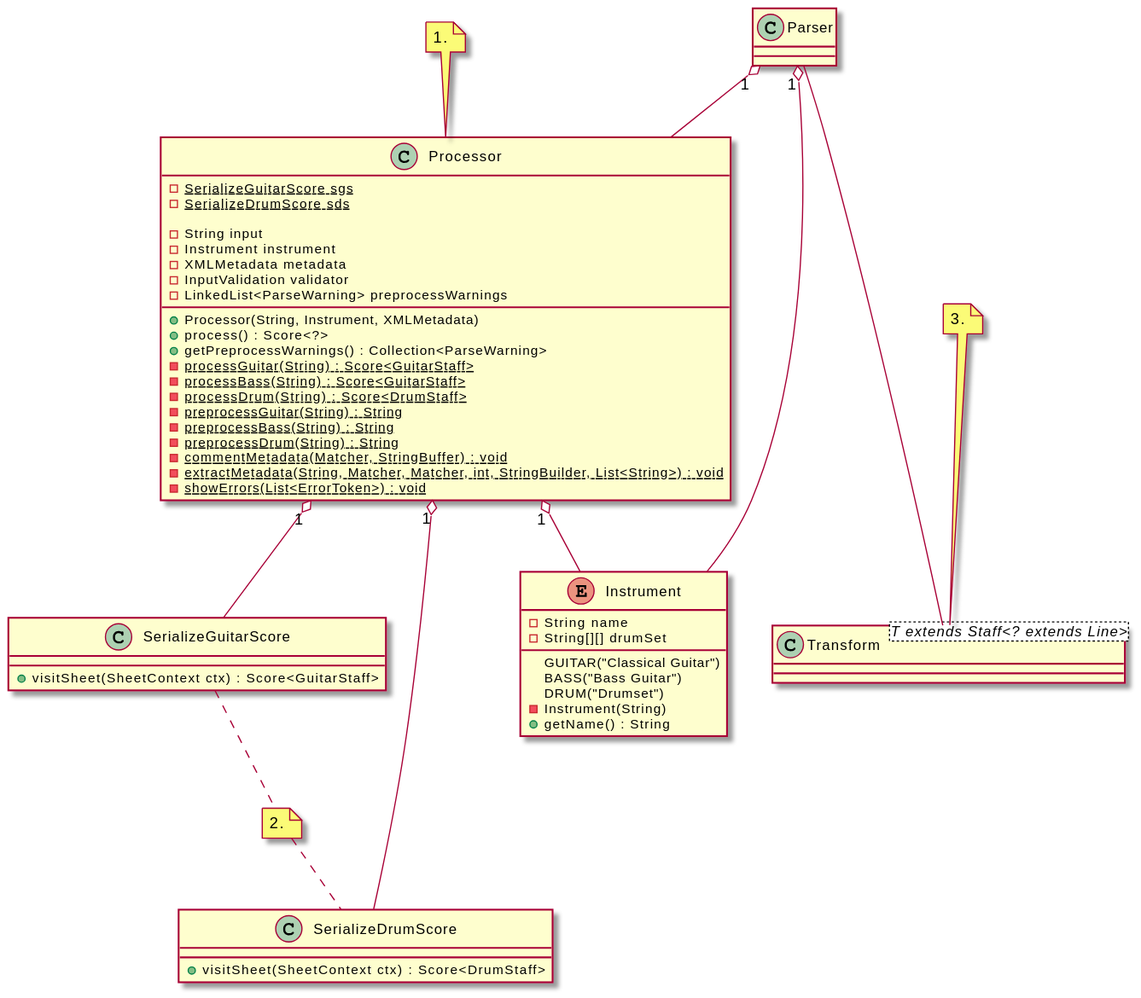
Before: Documentation/Diagrams/backend-processor-diagram.svg, a diagram exported from PlantUML (ahopk127/eecs2311-tab2xml).
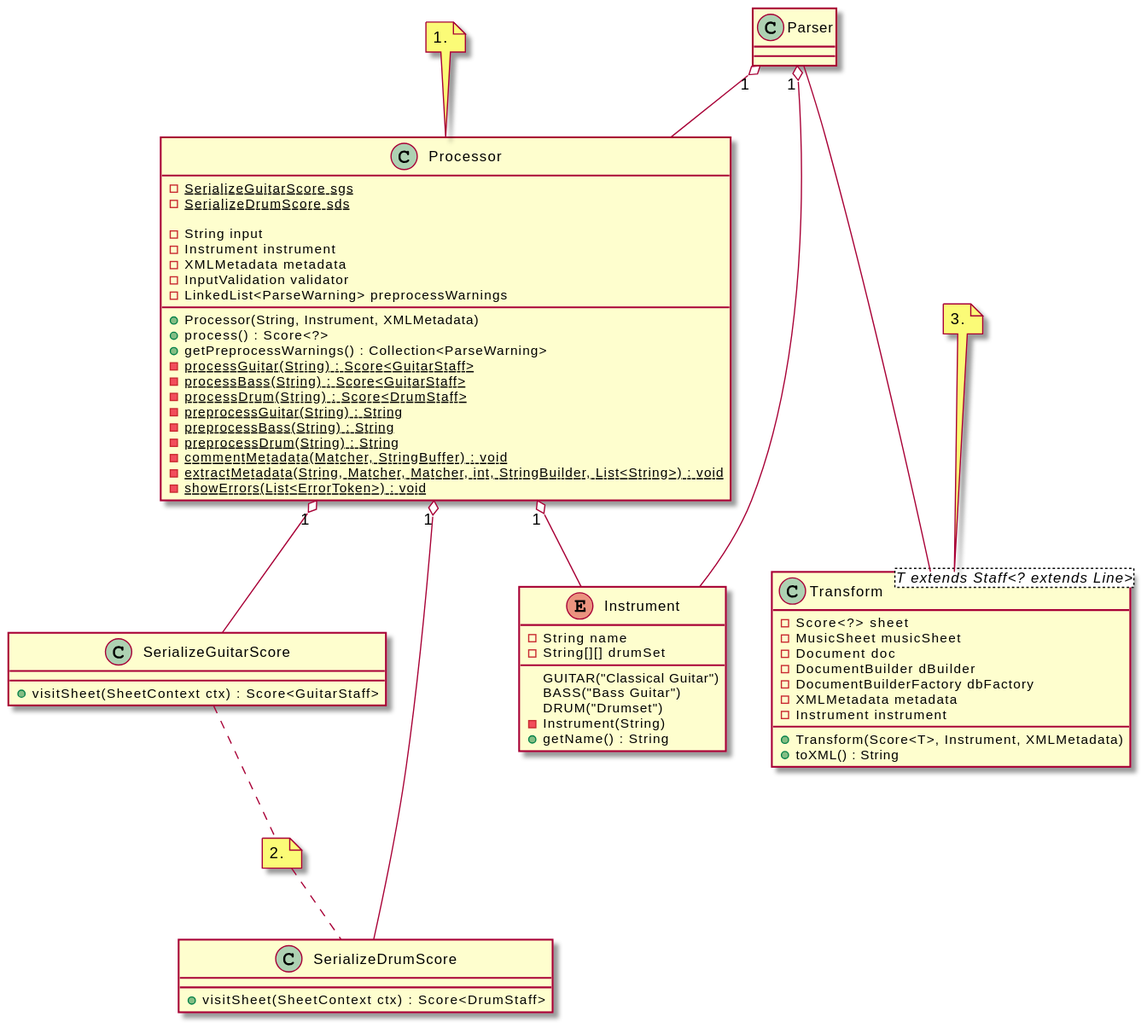
Above is the later version.

Commit message:
backend diagram update

The edit, as a diff of the source:
```diff
@@ -32,7 +32,18 @@
   +visitSheet(SheetContext ctx) : Score<DrumStaff>
 }
 
-class Transform<T extends Staff<? extends Line>>{}
+class Transform<T extends Staff<? extends Line>>{
+  -Score<?> sheet
+  -MusicSheet musicSheet
+  -Document doc
+  -DocumentBuilder dBuilder
+  -DocumentBuilderFactory dbFactory
+  -XMLMetadata metadata
+  -Instrument instrument
+
+  +Transform(Score<T>, Instrument, XMLMetadata)
+  +toXML() : String
+}
 
 enum Instrument {
   GUITAR("Classical Guitar")
```
